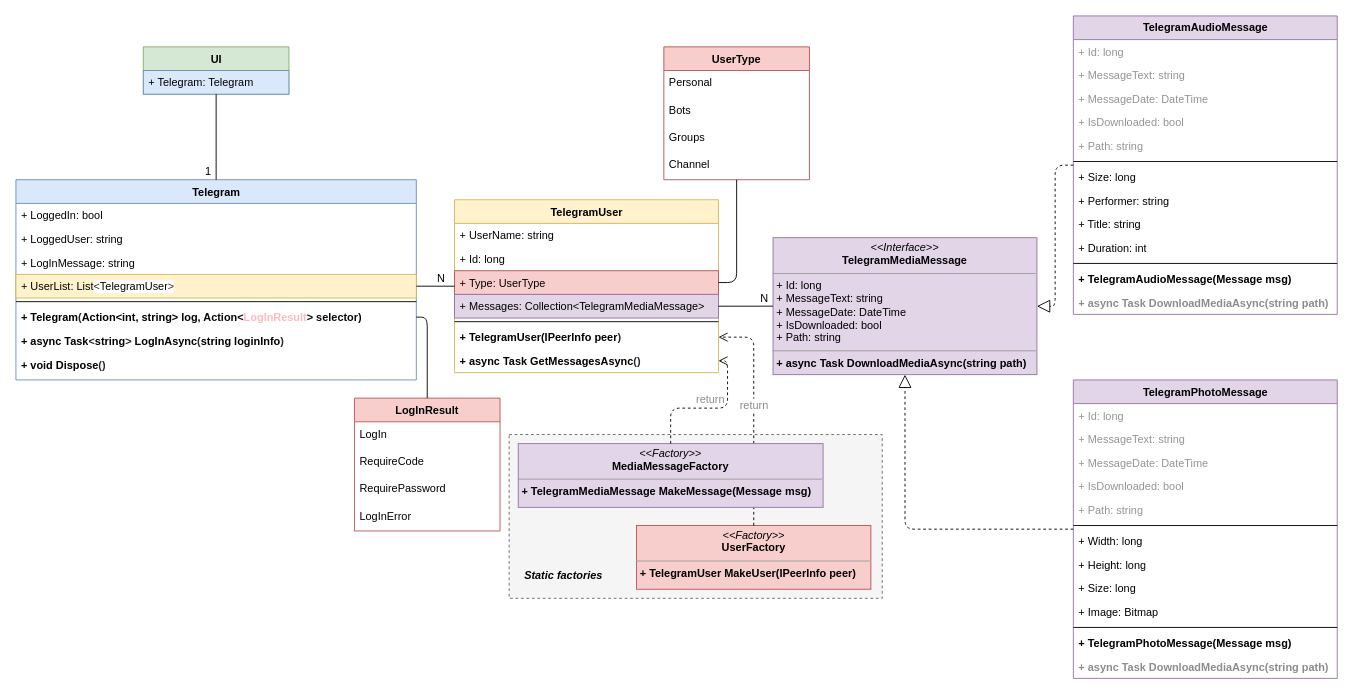
The draw.io diagram page "Page-1" (1 of 2) of gb_classes.drawio in konoplinovich/Diagrams, before the edit. Source tidied: cells renumbered, new cells numbered last; positions are measured from the earlier drawing's top-left corner, leaving out a move shared by most shapes. Both pictures are drawn from the tidied source at 91%, with x=0, y=0 at pixel (15, 15).
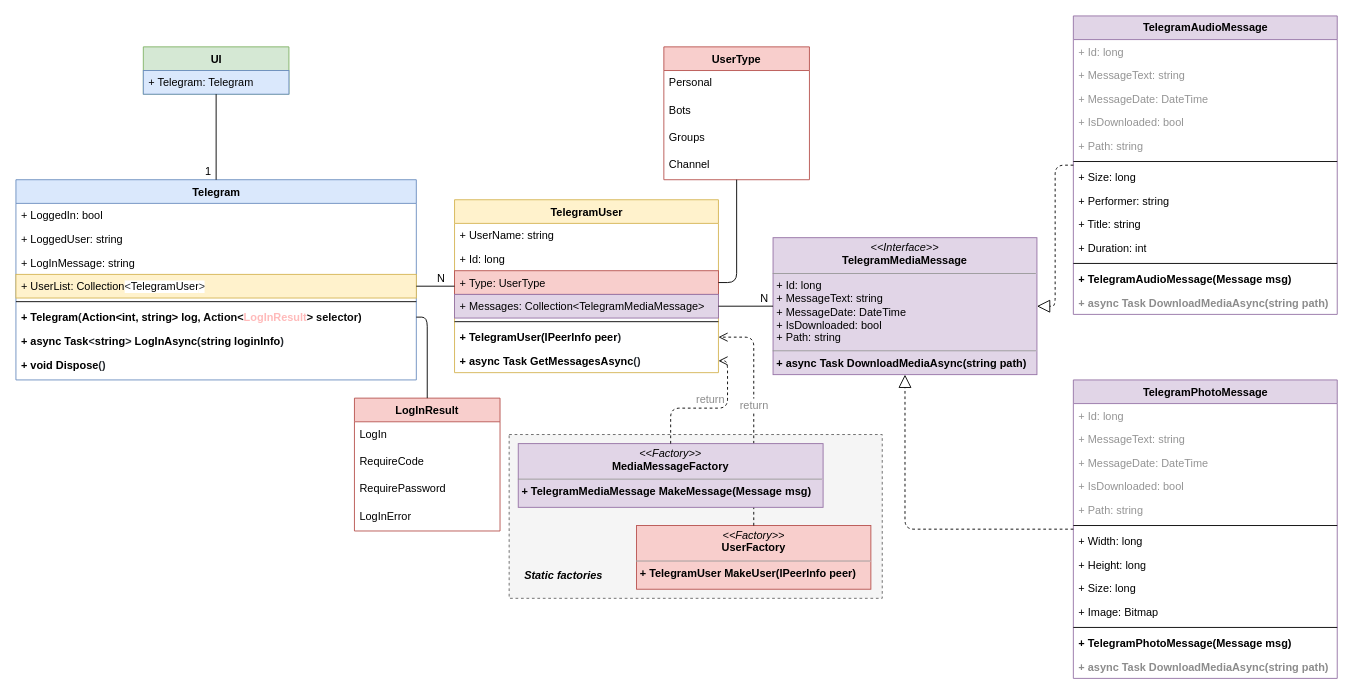
The same diagram, later.

The change refers to these unchanged cells:
```xml
<mxCell id="12" value="Telegram" style="swimlane;html=1;fontStyle=1;align=center;verticalAlign=top;horizontal=1;startSize=26;swimlaneFillColor=#ffffff;rounded=0;shadow=0;comic=0;labelBackgroundColor=none;strokeWidth=1;fillColor=#dae8fc;fontFamily=Helvetica;fontSize=12;strokeColor=#6c8ebf;" parent="1" vertex="1">
  <mxGeometry y="180" width="440" height="220" as="geometry" />
</mxCell>
```

What changed in the source:
```diff
@@
-    <mxCell id="16" value="+&amp;nbsp;UserList:&amp;nbsp;List&lt;span style=&quot;color: rgb(36, 41, 47); background-color: rgb(255, 255, 255);&quot;&gt;&amp;lt;&lt;/span&gt;&lt;span style=&quot;box-sizing: border-box; color: var(--color-prettylights-syntax-entity); background-color: rgb(255, 255, 255);&quot; class=&quot;pl-en&quot;&gt;TelegramUser&lt;/span&gt;&lt;span style=&quot;color: rgb(36, 41, 47); background-color: rgb(255, 255, 255);&quot;&gt;&amp;gt;&lt;/span&gt;" style="text;html=1;strokeColor=#d6b656;fillColor=#fff2cc;align=left;verticalAlign=top;spacingLeft=4;spacingRight=4;whiteSpace=wrap;overflow=hidden;points=[[0,0.5],[1,0.5]];portConstraint=eastwest;fontFamily=Helvetica;" parent="12" vertex="1">
+    <mxCell id="16" value="+&amp;nbsp;UserList:&amp;nbsp;Collection&lt;span style=&quot;color: rgb(36, 41, 47); background-color: rgb(255, 255, 255);&quot;&gt;&amp;lt;&lt;/span&gt;&lt;span style=&quot;box-sizing: border-box; color: var(--color-prettylights-syntax-entity); background-color: rgb(255, 255, 255);&quot; class=&quot;pl-en&quot;&gt;TelegramUser&lt;/span&gt;&lt;span style=&quot;color: rgb(36, 41, 47); background-color: rgb(255, 255, 255);&quot;&gt;&amp;gt;&lt;/span&gt;" style="text;html=1;strokeColor=#d6b656;fillColor=#fff2cc;align=left;verticalAlign=top;spacingLeft=4;spacingRight=4;whiteSpace=wrap;overflow=hidden;points=[[0,0.5],[1,0.5]];portConstraint=eastwest;fontFamily=Helvetica;" parent="12" vertex="1">
       <mxGeometry y="104" width="440" height="26" as="geometry" />
     </mxCell>
```
